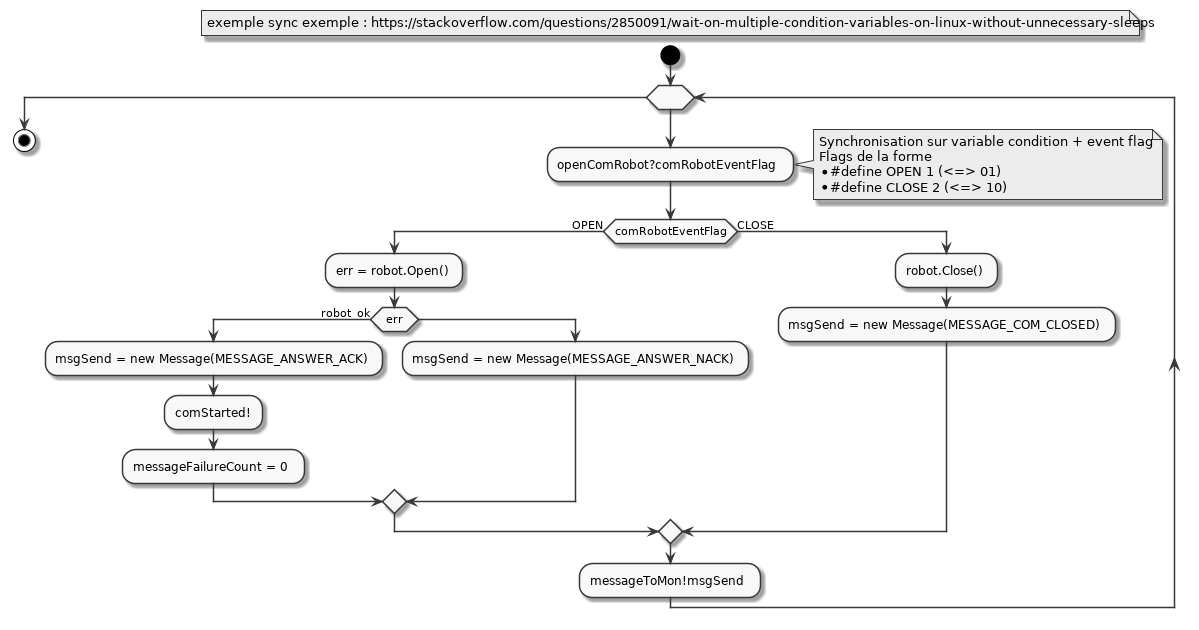
Above: diags/img/th_com_robot.png in Bobillot/BE_Temps_Reel (PlantUML), before the change. The source it was exported from:
```plantuml
@startuml th_com_robot

skinparam monochrome true
floating note : exemple sync exemple : https://stackoverflow.com/questions/2850091/wait-on-multiple-condition-variables-on-linux-without-unnecessary-sleeps
start

while( )
    :openComRobot?comRobotEventFlag;
    note right
        Synchronisation sur variable condition + event flag
        Flags de la forme
        * #define OPEN 1 (<=> 01)
        * #define CLOSE 2 (<=> 10)
    end note
    if (comRobotEventFlag) then (OPEN)
    :err = robot.Open();
        if (err) then (robot_ok)
        :msgSend = new Message(MESSAGE_ANSWER_ACK);
        :comStarted!;
        :messageFailureCount = 0;
        else
            :msgSend = new Message(MESSAGE_ANSWER_NACK);
        endif
    else (CLOSE)
        :robot.Close();
        :msgSend = new Message(MESSAGE_COM_CLOSED);
    endif
    :messageToMon!msgSend;
endwhile
stop
@enduml
```
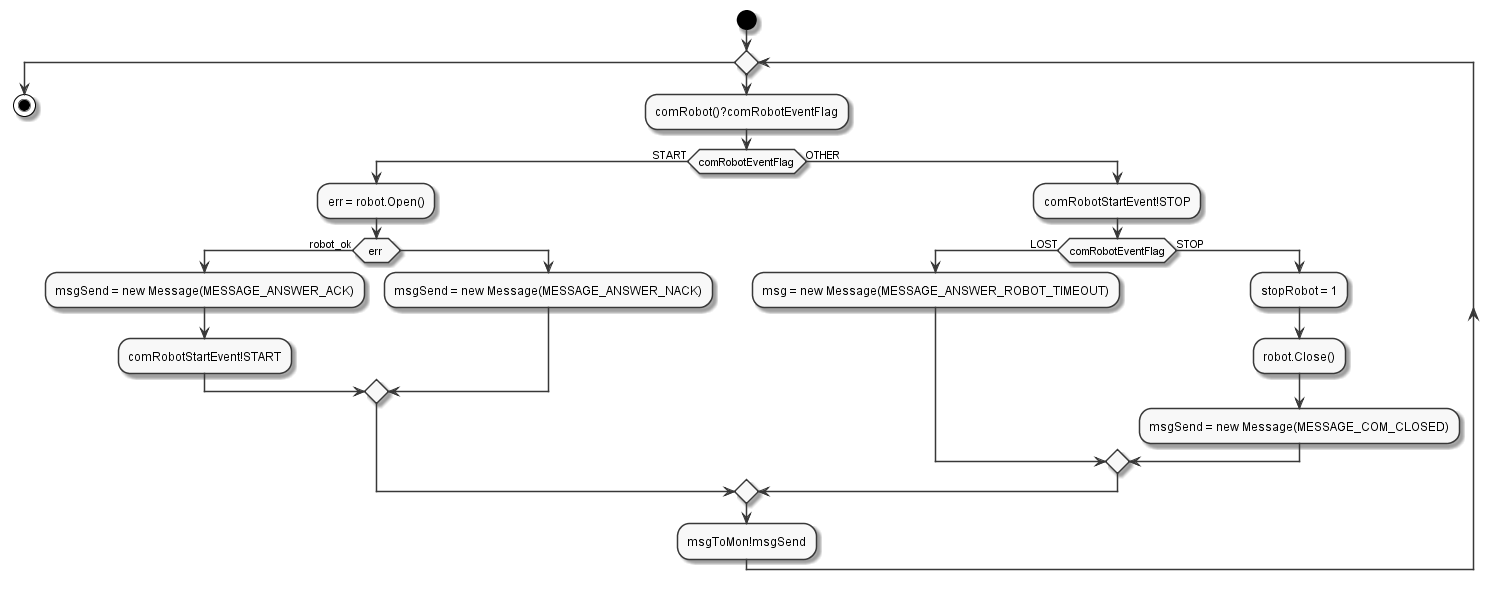
After the commit.

What changed in the source:
```diff
@@ -1,31 +1,32 @@
 @startuml th_com_robot
 
 skinparam monochrome true
-floating note : exemple sync exemple : https://stackoverflow.com/questions/2850091/wait-on-multiple-condition-variables-on-linux-without-unnecessary-sleeps
+
 start
 
-while( )
-    :openComRobot?comRobotEventFlag;
-    note right
-        Synchronisation sur variable condition + event flag
-        Flags de la forme
-        * #define OPEN 1 (<=> 01)
-        * #define CLOSE 2 (<=> 10)
-    end note
-    if (comRobotEventFlag) then (OPEN)
-    :err = robot.Open();
+while  ( )
+    :comRobot()?comRobotEventFlag;
+    if (comRobotEventFlag) then (START)
+        :err = robot.Open();
         if (err) then (robot_ok)
-        :msgSend = new Message(MESSAGE_ANSWER_ACK);
-        :comStarted!;
-        :messageFailureCount = 0;
+            :msgSend = new Message(MESSAGE_ANSWER_ACK);
+            :comRobotStartEvent!START;
         else
             :msgSend = new Message(MESSAGE_ANSWER_NACK);
         endif
-    else (CLOSE)
-        :robot.Close();
-        :msgSend = new Message(MESSAGE_COM_CLOSED);
+
+    else (OTHER)
+        :comRobotStartEvent!STOP;
+        if (comRobotEventFlag) then (LOST)
+            :msg = new Message(MESSAGE_ANSWER_ROBOT_TIMEOUT);
+        else (STOP)
+            :stopRobot = 1;
+            :robot.Close();
+            :msgSend = new Message(MESSAGE_COM_CLOSED);
+
+        endif
     endif
-    :messageToMon!msgSend;
+    :msgToMon!msgSend;
 endwhile
 stop
 @enduml
```
